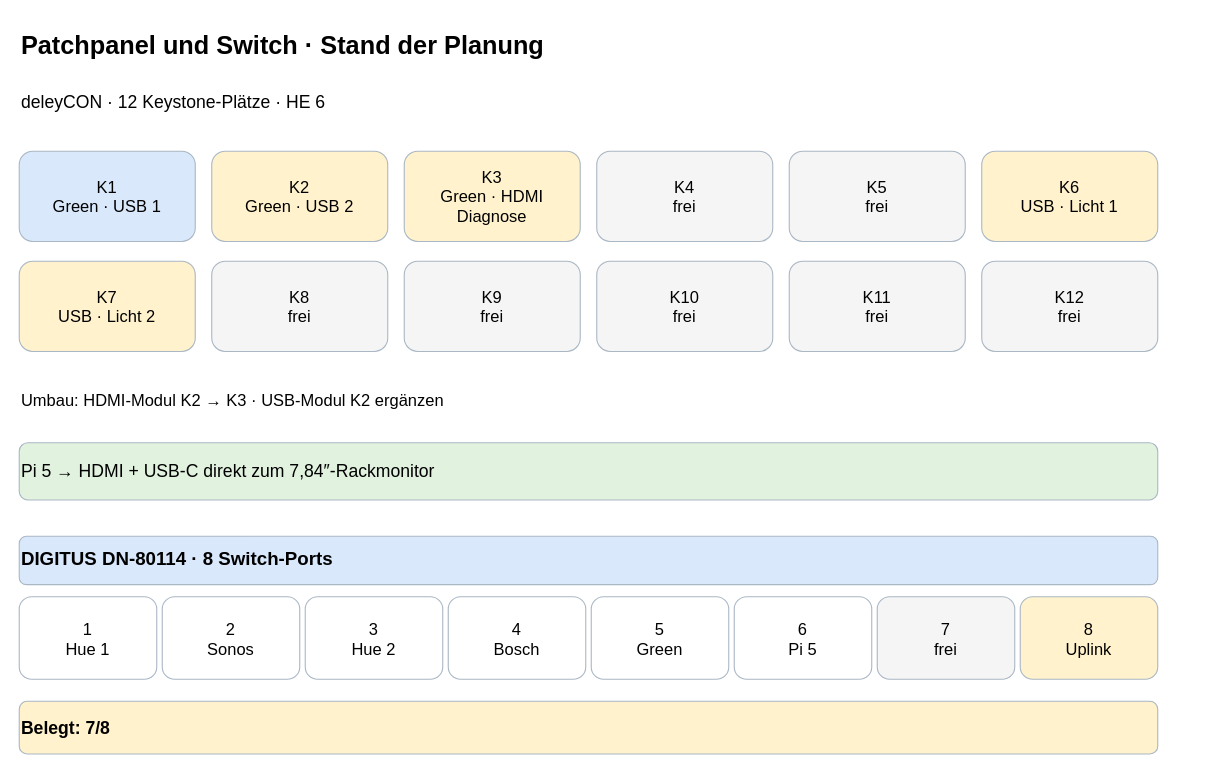
Above: page "Switch und Patchpanel" (4 of 8) of 10-zoll-rack-planung.drawio in tiptronic/diagrams (draw.io), before the change. Source tidied: cells renumbered, new cells numbered last; positions are measured from the earlier drawing's top-left corner, leaving out a move shared by most shapes. Both pictures are drawn from the tidied source at 110%, with x=0, y=0 at pixel (19, 19).
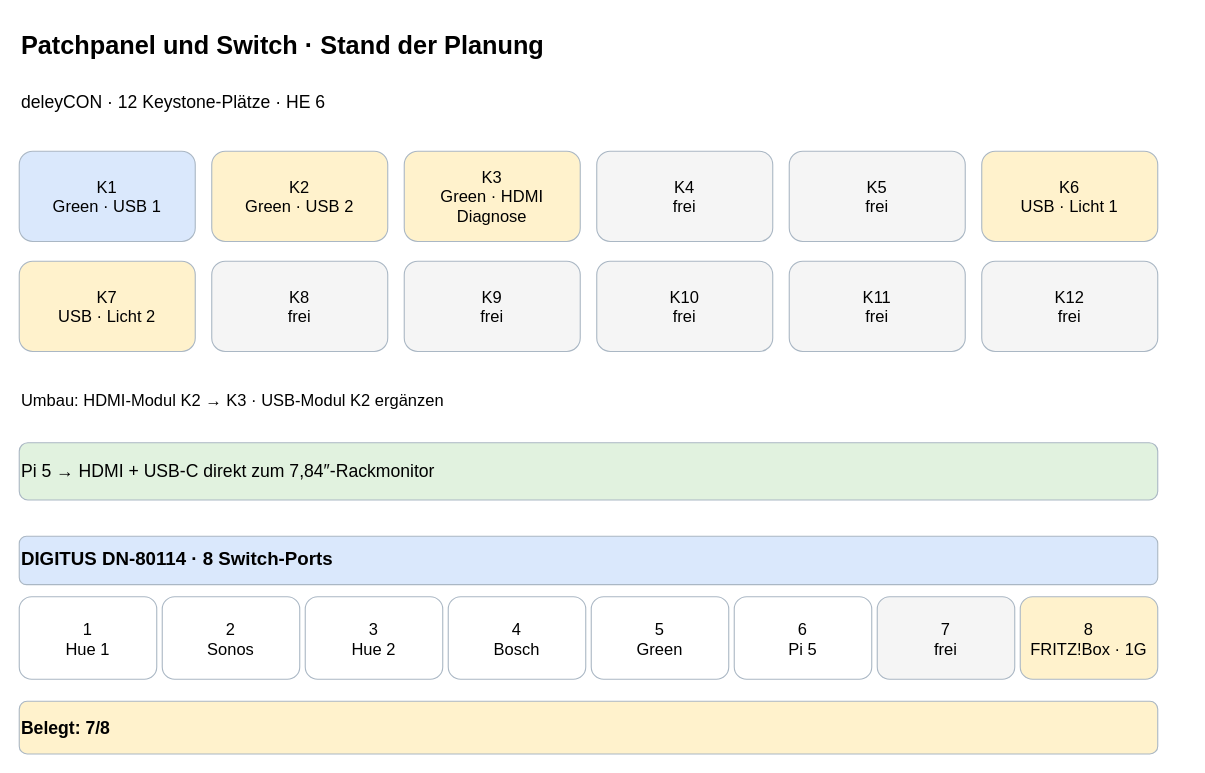
The same page after the edit.

Change to the diagram source:
```diff
@@
-    <mxCell id="26" value="8&#10;Uplink" style="rounded=1;whiteSpace=wrap;html=1;align=center;verticalAlign=middle;strokeWidth=1;fontSize=15;fillColor=#fff2cc;strokeColor=#aab7c4;" parent="1" vertex="1">
+    <mxCell id="26" value="8&#10;FRITZ!Box · 1G" style="rounded=1;whiteSpace=wrap;html=1;align=center;verticalAlign=middle;strokeWidth=1;fontSize=15;fillColor=#fff2cc;strokeColor=#aab7c4;" parent="1" vertex="1">
       <mxGeometry x="910" y="525" width="125" height="75" as="geometry" />
     </mxCell>
```
